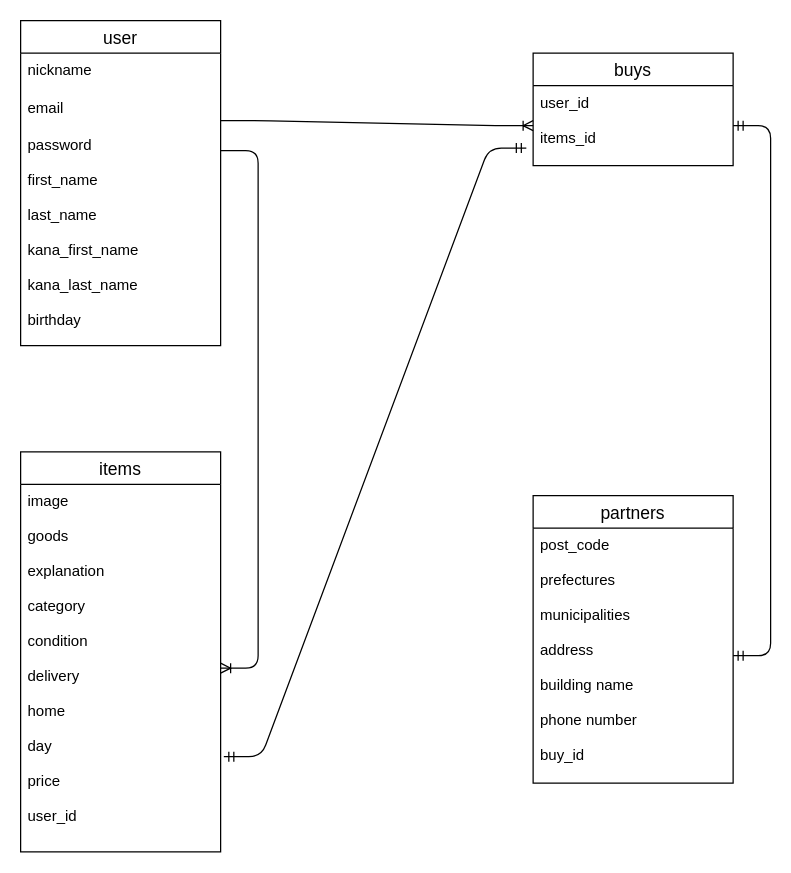
Before: test.dio in masato315/furima-37662, a draw.io diagram. Source tidied: cells renumbered, new cells numbered last; positions are measured from the earlier drawing's top-left corner, leaving out a move shared by most shapes. Both pictures are drawn from the tidied source at 125%, with x=0, y=0 at pixel (20, 20).
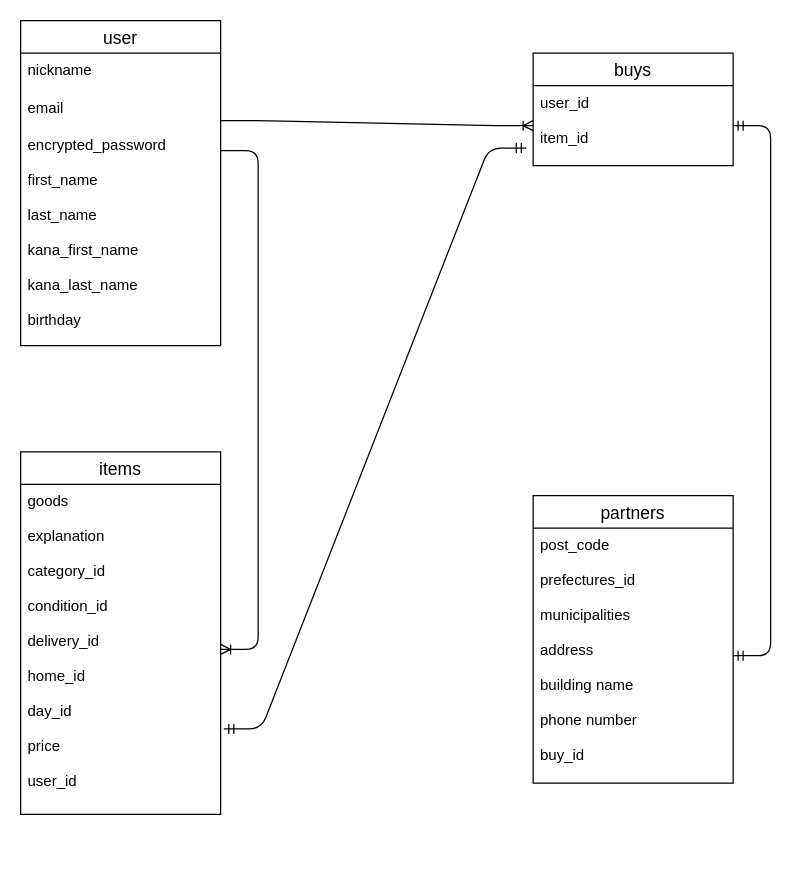
After the change.

Commit message (it also covers changes not shown here):
データベース設計（修正２）

Change to the diagram source:
```diff
@@
 <mxGraphModel>
   <root>
     <mxCell id="0" />
     <mxCell id="1" parent="0" />
     <mxCell id="2" value="user" style="swimlane;fontStyle=0;horizontal=1;startSize=26;align=center;fontSize=14;" parent="1" vertex="1">
       <mxGeometry width="160" height="260" as="geometry" />
     </mxCell>
     <mxCell id="3" value="nickname" style="text;strokeColor=none;fillColor=none;spacingLeft=4;spacingRight=4;overflow=hidden;fontSize=12;" parent="2" vertex="1">
       <mxGeometry y="26" width="160" height="30" as="geometry" />
     </mxCell>
     <mxCell id="4" value="email" style="text;strokeColor=none;fillColor=none;spacingLeft=4;spacingRight=4;overflow=hidden;fontSize=12;" parent="2" vertex="1">
       <mxGeometry y="56" width="160" height="30" as="geometry" />
     </mxCell>
-    <mxCell id="5" value="password&#10;&#10;first_name&#10;&#10;last_name&#10;&#10;kana_first_name&#10;&#10;kana_last_name&#10;&#10;birthday" style="text;strokeColor=none;fillColor=none;spacingLeft=4;spacingRight=4;overflow=hidden;fontSize=12;" parent="2" vertex="1">
+    <mxCell id="5" value="encrypted_password&#10;&#10;first_name&#10;&#10;last_name&#10;&#10;kana_first_name&#10;&#10;kana_last_name&#10;&#10;birthday" style="text;strokeColor=none;fillColor=none;spacingLeft=4;spacingRight=4;overflow=hidden;fontSize=12;" parent="2" vertex="1">
       <mxGeometry y="86" width="160" height="174" as="geometry" />
     </mxCell>
     <mxCell id="6" value="items" style="swimlane;fontStyle=0;horizontal=1;startSize=26;align=center;fontSize=14;" parent="1" vertex="1">
-      <mxGeometry y="345" width="160" height="320" as="geometry" />
+      <mxGeometry y="345" width="160" height="290" as="geometry" />
     </mxCell>
-    <mxCell id="7" value="image&#10;&#10;goods&#10;&#10;explanation&#10;&#10;category&#10;&#10;condition&#10;&#10;delivery&#10;&#10;home&#10;&#10;day&#10;&#10;price&#10;&#10;user_id" style="text;strokeColor=none;fillColor=none;spacingLeft=4;spacingRight=4;overflow=hidden;points=[[0,0.5],[1,0.5]];portConstraint=eastwest;fontSize=12;" parent="6" vertex="1">
-      <mxGeometry y="26" width="160" height="294" as="geometry" />
+    <mxCell id="7" value="goods&#10;&#10;explanation&#10;&#10;category_id&#10;&#10;condition_id&#10;&#10;delivery_id&#10;&#10;home_id&#10;&#10;day_id&#10;&#10;price&#10;&#10;user_id" style="text;strokeColor=none;fillColor=none;spacingLeft=4;spacingRight=4;overflow=hidden;points=[[0,0.5],[1,0.5]];portConstraint=eastwest;fontSize=12;" parent="6" vertex="1">
+      <mxGeometry y="26" width="160" height="264" as="geometry" />
     </mxCell>
     <mxCell id="8" value="buys" style="swimlane;fontStyle=0;horizontal=1;startSize=26;align=center;fontSize=14;" parent="1" vertex="1">
       <mxGeometry x="410" y="26" width="160" height="90" as="geometry" />
     </mxCell>
-    <mxCell id="9" value="user_id&#10;&#10;items_id" style="text;strokeColor=none;fillColor=none;spacingLeft=4;spacingRight=4;overflow=hidden;points=[[0,0.5],[1,0.5]];portConstraint=eastwest;fontSize=12;" parent="8" vertex="1">
+    <mxCell id="9" value="user_id&#10;&#10;item_id" style="text;strokeColor=none;fillColor=none;spacingLeft=4;spacingRight=4;overflow=hidden;points=[[0,0.5],[1,0.5]];portConstraint=eastwest;fontSize=12;" parent="8" vertex="1">
       <mxGeometry y="26" width="160" height="64" as="geometry" />
     </mxCell>
     <mxCell id="10" value="partners" style="swimlane;fontStyle=0;horizontal=1;startSize=26;align=center;fontSize=14;" parent="1" vertex="1">
       <mxGeometry x="410" y="380" width="160" height="230" as="geometry" />
     </mxCell>
-    <mxCell id="11" value="post_code&#10;&#10;prefectures&#10;&#10;municipalities&#10;&#10;address&#10;&#10;building name&#10;&#10;phone number&#10;&#10;buy_id" style="text;strokeColor=none;fillColor=none;spacingLeft=4;spacingRight=4;overflow=hidden;points=[[0,0.5],[1,0.5]];portConstraint=eastwest;fontSize=12;" parent="10" vertex="1">
+    <mxCell id="11" value="post_code&#10;&#10;prefectures_id&#10;&#10;municipalities&#10;&#10;address&#10;&#10;building name&#10;&#10;phone number&#10;&#10;buy_id" style="text;strokeColor=none;fillColor=none;spacingLeft=4;spacingRight=4;overflow=hidden;points=[[0,0.5],[1,0.5]];portConstraint=eastwest;fontSize=12;" parent="10" vertex="1">
       <mxGeometry y="26" width="160" height="204" as="geometry" />
     </mxCell>
     <mxCell id="12" style="edgeStyle=entityRelationEdgeStyle;fontSize=12;html=1;endArrow=ERoneToMany;" parent="1" edge="1" target="7">
       <mxGeometry relative="1" as="geometry">
         <mxPoint x="160" y="104" as="sourcePoint" />
       </mxGeometry>
     </mxCell>
     <mxCell id="13" style="edgeStyle=entityRelationEdgeStyle;fontSize=12;html=1;endArrow=ERmandOne;startArrow=ERmandOne;exitX=1;exitY=0.5;exitDx=0;exitDy=0;" parent="1" edge="1" source="9" target="11">
       <mxGeometry relative="1" as="geometry" />
     </mxCell>
     <mxCell id="14" style="edgeStyle=entityRelationEdgeStyle;fontSize=12;html=1;endArrow=ERoneToMany;" parent="1" edge="1" target="9">
       <mxGeometry relative="1" as="geometry">
         <mxPoint x="160" y="80" as="sourcePoint" />
       </mxGeometry>
     </mxCell>
     <mxCell id="15" style="edgeStyle=entityRelationEdgeStyle;fontSize=12;html=1;endArrow=ERmandOne;startArrow=ERmandOne;exitX=1.016;exitY=0.741;exitDx=0;exitDy=0;exitPerimeter=0;entryX=-0.034;entryY=0.781;entryDx=0;entryDy=0;entryPerimeter=0;" parent="1" edge="1" source="7" target="9">
       <mxGeometry relative="1" as="geometry" />
     </mxCell>
   </root>
 </mxGraphModel>
```
